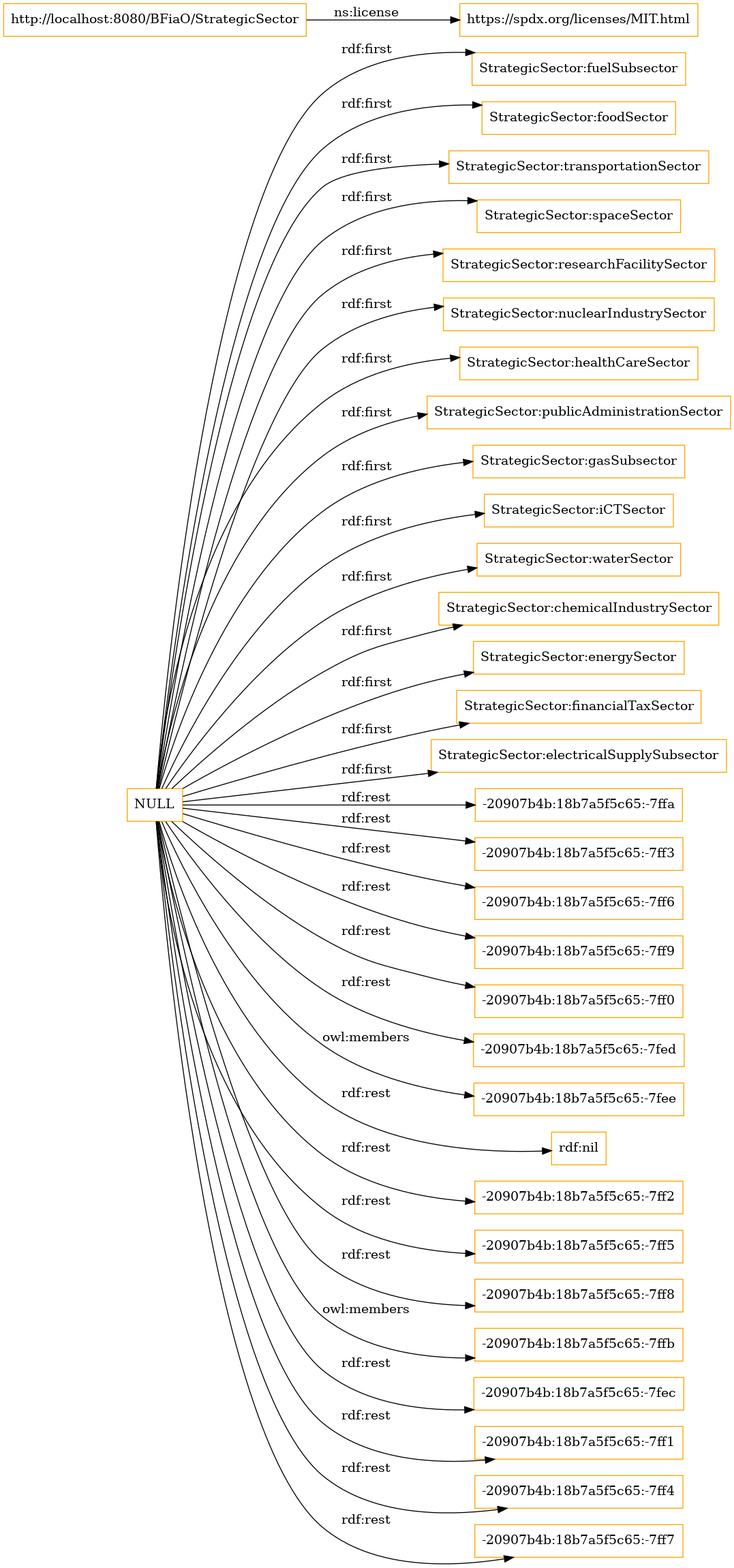
ahmad88me/bfiao keeps this Graphviz diagram as OnToology/StrategicSector.owl/diagrams/ar2dtool-class/StrategicSector.owl.png. Above is the earlier version. Its source is kept beside it as OnToology/StrategicSector.owl/diagrams/ar2dtool-class/StrategicSector.owl.png.dot.
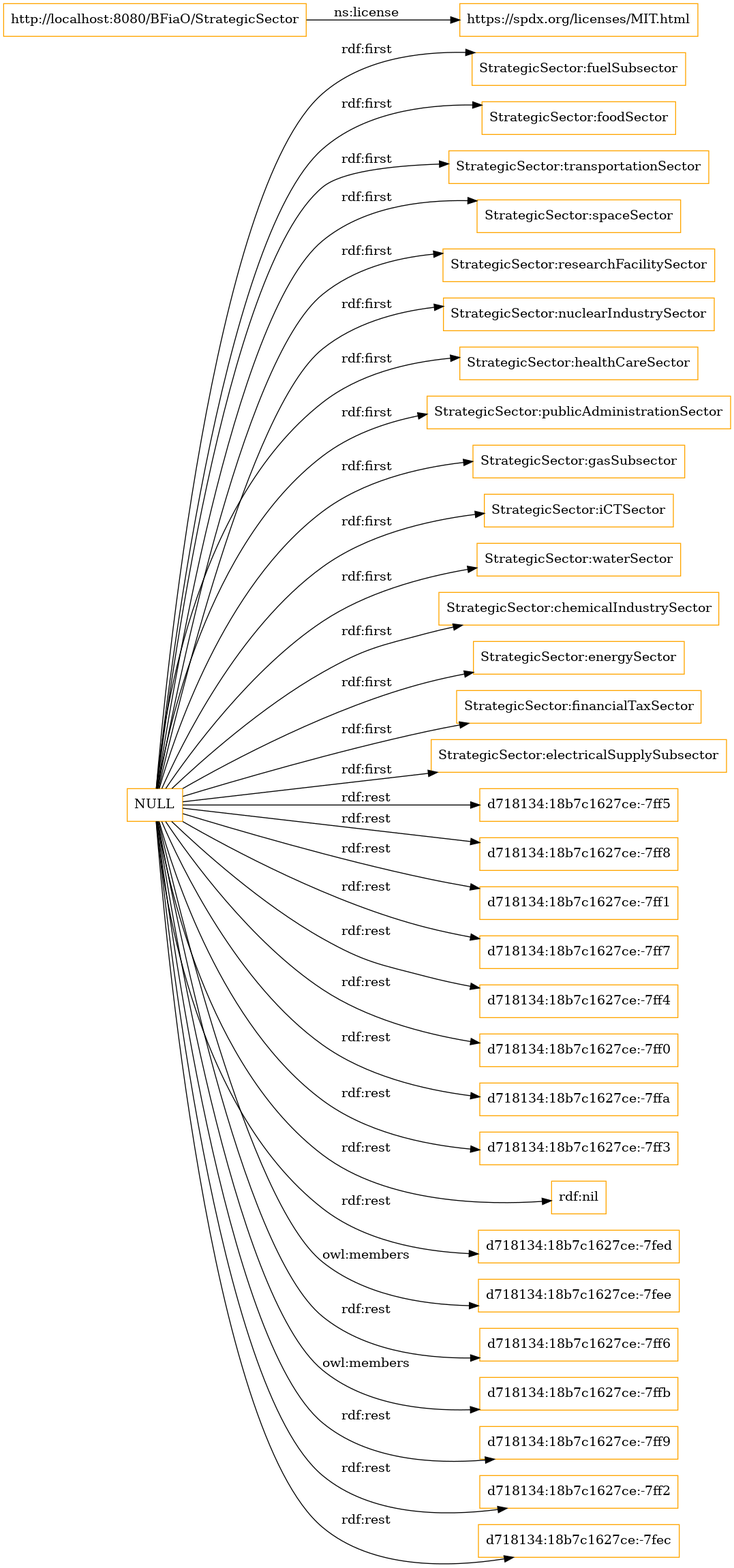
The same diagram one commit later.

What changed in the source:
```diff
@@ -4,35 +4,35 @@
 node [shape = rectangle, color="orange"]; "StrategicSector:fuelSubsector" "StrategicSector:foodSector" "StrategicSector:transportationSector" "StrategicSector:spaceSector" "StrategicSector:researchFacilitySector" "StrategicSector:nuclearIndustrySector" "StrategicSector:healthCareSector" "StrategicSector:publicAdministrationSector" "StrategicSector:gasSubsector" "StrategicSector:iCTSector" "StrategicSector:waterSector" "StrategicSector:chemicalIndustrySector" "StrategicSector:energySector" "StrategicSector:financialTaxSector" "StrategicSector:electricalSupplySubsector" ; /*classes style*/
 	"http://localhost:8080/BFiaO/StrategicSector" -> "https://spdx.org/licenses/MIT.html" [ label = "ns:license" ];
 	"NULL" -> "StrategicSector:gasSubsector" [ label = "rdf:first" ];
-	"NULL" -> "StrategicSector:healthCareSector" [ label = "rdf:first" ];
+	"NULL" -> "d718134:18b7c1627ce:-7ff5" [ label = "rdf:rest" ];
+	"NULL" -> "d718134:18b7c1627ce:-7ff8" [ label = "rdf:rest" ];
 	"NULL" -> "StrategicSector:foodSector" [ label = "rdf:first" ];
+	"NULL" -> "d718134:18b7c1627ce:-7ff1" [ label = "rdf:rest" ];
 	"NULL" -> "StrategicSector:waterSector" [ label = "rdf:first" ];
 	"NULL" -> "StrategicSector:nuclearIndustrySector" [ label = "rdf:first" ];
-	"NULL" -> "-20907b4b:18b7a5f5c65:-7ffa" [ label = "rdf:rest" ];
-	"NULL" -> "-20907b4b:18b7a5f5c65:-7ff3" [ label = "rdf:rest" ];
-	"NULL" -> "-20907b4b:18b7a5f5c65:-7ff6" [ label = "rdf:rest" ];
-	"NULL" -> "-20907b4b:18b7a5f5c65:-7ff9" [ label = "rdf:rest" ];
+	"NULL" -> "d718134:18b7c1627ce:-7ff7" [ label = "rdf:rest" ];
+	"NULL" -> "d718134:18b7c1627ce:-7ff4" [ label = "rdf:rest" ];
 	"NULL" -> "StrategicSector:spaceSector" [ label = "rdf:first" ];
-	"NULL" -> "-20907b4b:18b7a5f5c65:-7ff0" [ label = "rdf:rest" ];
-	"NULL" -> "-20907b4b:18b7a5f5c65:-7fed" [ label = "rdf:rest" ];
+	"NULL" -> "d718134:18b7c1627ce:-7ff0" [ label = "rdf:rest" ];
+	"NULL" -> "d718134:18b7c1627ce:-7ffa" [ label = "rdf:rest" ];
 	"NULL" -> "StrategicSector:chemicalIndustrySector" [ label = "rdf:first" ];
-	"NULL" -> "-20907b4b:18b7a5f5c65:-7fee" [ label = "owl:members" ];
+	"NULL" -> "d718134:18b7c1627ce:-7ff3" [ label = "rdf:rest" ];
 	"NULL" -> "rdf:nil" [ label = "rdf:rest" ];
-	"NULL" -> "-20907b4b:18b7a5f5c65:-7ff2" [ label = "rdf:rest" ];
-	"NULL" -> "-20907b4b:18b7a5f5c65:-7ff5" [ label = "rdf:rest" ];
-	"NULL" -> "-20907b4b:18b7a5f5c65:-7ff8" [ label = "rdf:rest" ];
+	"NULL" -> "d718134:18b7c1627ce:-7fed" [ label = "rdf:rest" ];
+	"NULL" -> "d718134:18b7c1627ce:-7fee" [ label = "owl:members" ];
+	"NULL" -> "d718134:18b7c1627ce:-7ff6" [ label = "rdf:rest" ];
+	"NULL" -> "d718134:18b7c1627ce:-7ffb" [ label = "owl:members" ];
+	"NULL" -> "d718134:18b7c1627ce:-7ff9" [ label = "rdf:rest" ];
 	"NULL" -> "StrategicSector:fuelSubsector" [ label = "rdf:first" ];
 	"NULL" -> "StrategicSector:energySector" [ label = "rdf:first" ];
-	"NULL" -> "-20907b4b:18b7a5f5c65:-7ffb" [ label = "owl:members" ];
-	"NULL" -> "-20907b4b:18b7a5f5c65:-7fec" [ label = "rdf:rest" ];
 	"NULL" -> "StrategicSector:transportationSector" [ label = "rdf:first" ];
 	"NULL" -> "StrategicSector:researchFacilitySector" [ label = "rdf:first" ];
+	"NULL" -> "d718134:18b7c1627ce:-7ff2" [ label = "rdf:rest" ];
 	"NULL" -> "StrategicSector:financialTaxSector" [ label = "rdf:first" ];
-	"NULL" -> "StrategicSector:electricalSupplySubsector" [ label = "rdf:first" ];
 	"NULL" -> "StrategicSector:iCTSector" [ label = "rdf:first" ];
 	"NULL" -> "StrategicSector:publicAdministrationSector" [ label = "rdf:first" ];
-	"NULL" -> "-20907b4b:18b7a5f5c65:-7ff1" [ label = "rdf:rest" ];
-	"NULL" -> "-20907b4b:18b7a5f5c65:-7ff4" [ label = "rdf:rest" ];
-	"NULL" -> "-20907b4b:18b7a5f5c65:-7ff7" [ label = "rdf:rest" ];
+	"NULL" -> "d718134:18b7c1627ce:-7fec" [ label = "rdf:rest" ];
+	"NULL" -> "StrategicSector:healthCareSector" [ label = "rdf:first" ];
+	"NULL" -> "StrategicSector:electricalSupplySubsector" [ label = "rdf:first" ];
 
 }
```
